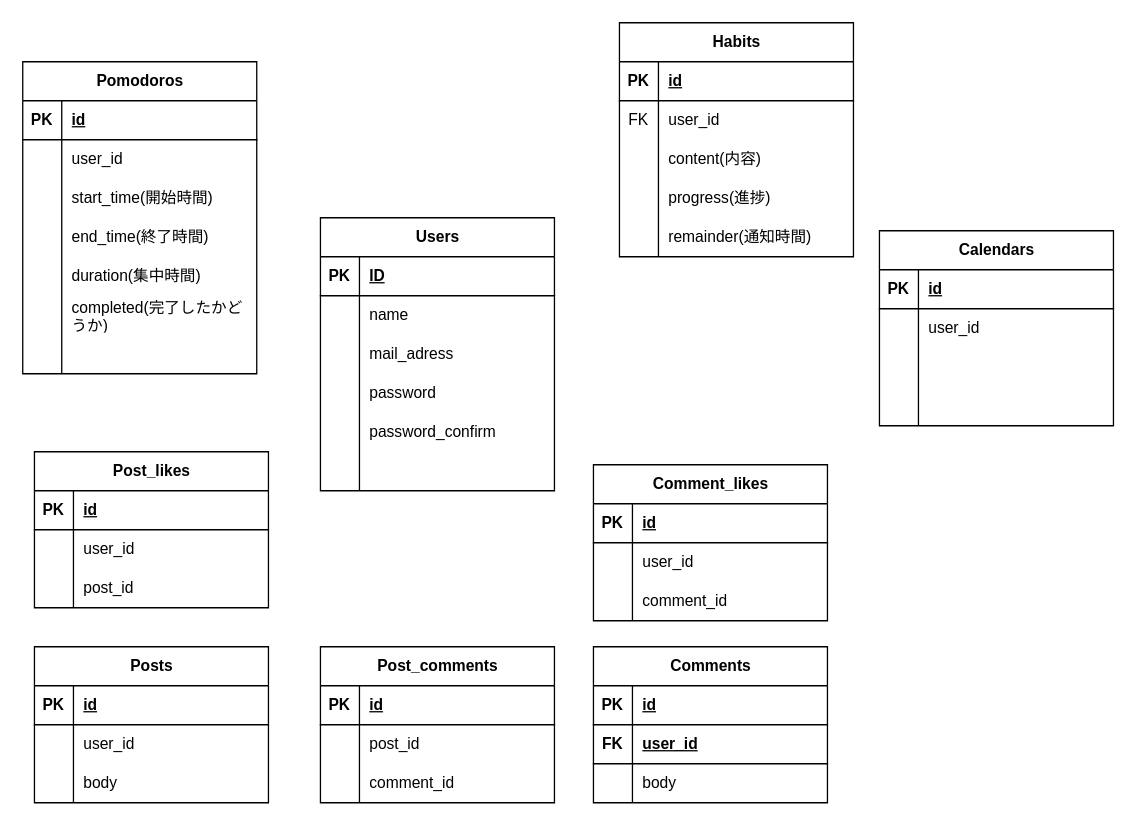
Before: syukan_maiter.drawio in 2bs2bs/syukan_meter, a draw.io diagram. Source tidied: cells renumbered, new cells numbered last; positions are measured from the earlier drawing's top-left corner, leaving out a move shared by most shapes. Both pictures are drawn from the tidied source at 130%, with x=0, y=0 at pixel (22, 22).
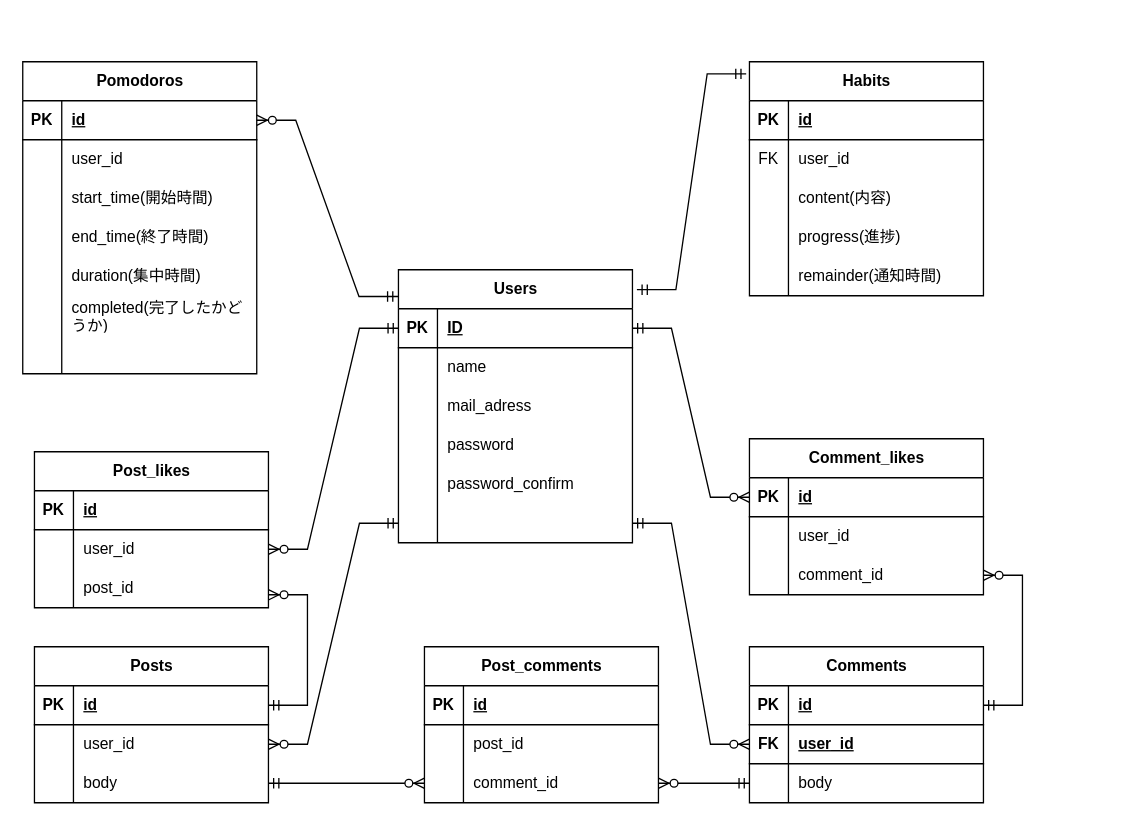
After the change.

Commit message:
syukan_maiter.drawio を更新します

The change refers to these unchanged cells:
```xml
<mxCell id="3" style="shape=tableRow;horizontal=0;startSize=0;swimlaneHead=0;swimlaneBody=0;fillColor=none;points=[[0,0.5],[1,0.5]];portConstraint=eastwest;top=0;left=0;right=0;bottom=1;" parent="2" vertex="1">
  <mxGeometry y="30" width="180" height="30" as="geometry" />
</mxCell>
<mxCell id="18" style="shape=tableRow;horizontal=0;startSize=0;swimlaneHead=0;swimlaneBody=0;fillColor=none;points=[[0,0.5],[1,0.5]];portConstraint=eastwest;top=0;left=0;right=0;bottom=0;" parent="2" vertex="1">
  <mxGeometry y="180" width="180" height="30" as="geometry" />
</mxCell>
<mxCell id="38" style="shape=tableRow;horizontal=0;startSize=0;swimlaneHead=0;swimlaneBody=0;fillColor=none;points=[[0,0.5],[1,0.5]];portConstraint=eastwest;top=0;left=0;right=0;bottom=1;" parent="37" vertex="1">
  <mxGeometry y="30" width="180" height="30" as="geometry" />
</mxCell>
<mxCell id="41" style="shape=tableRow;horizontal=0;startSize=0;swimlaneHead=0;swimlaneBody=0;fillColor=none;points=[[0,0.5],[1,0.5]];portConstraint=eastwest;top=0;left=0;right=0;bottom=1;" parent="37" vertex="1">
  <mxGeometry y="60" width="180" height="30" as="geometry" />
</mxCell>
<mxCell id="44" style="shape=tableRow;horizontal=0;startSize=0;swimlaneHead=0;swimlaneBody=0;fillColor=none;points=[[0,0.5],[1,0.5]];portConstraint=eastwest;top=0;left=0;right=0;bottom=0;" parent="37" vertex="1">
  <mxGeometry y="90" width="180" height="30" as="geometry" />
</mxCell>
<mxCell id="48" style="shape=tableRow;horizontal=0;startSize=0;swimlaneHead=0;swimlaneBody=0;fillColor=none;points=[[0,0.5],[1,0.5]];portConstraint=eastwest;top=0;left=0;right=0;bottom=1;" parent="47" vertex="1">
  <mxGeometry y="30" width="180" height="30" as="geometry" />
</mxCell>
<mxCell id="51" style="shape=tableRow;horizontal=0;startSize=0;swimlaneHead=0;swimlaneBody=0;fillColor=none;points=[[0,0.5],[1,0.5]];portConstraint=eastwest;top=0;left=0;right=0;bottom=0;" parent="47" vertex="1">
  <mxGeometry y="60" width="180" height="30" as="geometry" />
</mxCell>
<mxCell id="54" style="shape=tableRow;horizontal=0;startSize=0;swimlaneHead=0;swimlaneBody=0;fillColor=none;points=[[0,0.5],[1,0.5]];portConstraint=eastwest;top=0;left=0;right=0;bottom=0;" parent="47" vertex="1">
  <mxGeometry y="90" width="180" height="30" as="geometry" />
</mxCell>
<mxCell id="77" style="shape=tableRow;horizontal=0;startSize=0;swimlaneHead=0;swimlaneBody=0;fillColor=none;points=[[0,0.5],[1,0.5]];portConstraint=eastwest;top=0;left=0;right=0;bottom=0;" parent="70" vertex="1">
  <mxGeometry y="90" width="180" height="30" as="geometry" />
</mxCell>
<mxCell id="84" style="shape=tableRow;horizontal=0;startSize=0;swimlaneHead=0;swimlaneBody=0;fillColor=none;points=[[0,0.5],[1,0.5]];portConstraint=eastwest;top=0;left=0;right=0;bottom=0;" parent="80" vertex="1">
  <mxGeometry y="60" width="180" height="30" as="geometry" />
</mxCell>
<mxCell id="87" style="shape=tableRow;horizontal=0;startSize=0;swimlaneHead=0;swimlaneBody=0;fillColor=none;points=[[0,0.5],[1,0.5]];portConstraint=eastwest;top=0;left=0;right=0;bottom=0;" parent="80" vertex="1">
  <mxGeometry y="90" width="180" height="30" as="geometry" />
</mxCell>
<mxCell id="91" style="shape=tableRow;horizontal=0;startSize=0;swimlaneHead=0;swimlaneBody=0;fillColor=none;points=[[0,0.5],[1,0.5]];portConstraint=eastwest;top=0;left=0;right=0;bottom=1;" parent="90" vertex="1">
  <mxGeometry y="30" width="180" height="30" as="geometry" />
</mxCell>
<mxCell id="113" style="shape=tableRow;horizontal=0;startSize=0;swimlaneHead=0;swimlaneBody=0;fillColor=none;points=[[0,0.5],[1,0.5]];portConstraint=eastwest;top=0;left=0;right=0;bottom=1;" parent="112" vertex="1">
  <mxGeometry y="30" width="180" height="30" as="geometry" />
</mxCell>
<mxCell id="119" style="shape=tableRow;horizontal=0;startSize=0;swimlaneHead=0;swimlaneBody=0;fillColor=none;points=[[0,0.5],[1,0.5]];portConstraint=eastwest;top=0;left=0;right=0;bottom=0;" parent="112" vertex="1">
  <mxGeometry y="90" width="180" height="30" as="geometry" />
</mxCell>
```

Diff of the diagram source:
```diff
@@
     <mxCell id="2" value="Users" style="shape=table;startSize=30;childLayout=tableLayout;rowLines=0;fontStyle=1;align=center;html=1;" parent="1" vertex="1">
-      <mxGeometry x="229" y="150" width="180" height="210" as="geometry" />
+      <mxGeometry x="289" y="190" width="180" height="210" as="geometry" />
     </mxCell>
@@
     <mxCell id="21" value="Habits" style="shape=table;startSize=30;childLayout=tableLayout;rowLines=0;fontStyle=1;align=center;html=1;" parent="1" vertex="1">
-      <mxGeometry x="459" width="180" height="180" as="geometry" />
+      <mxGeometry x="559" y="30" width="180" height="180" as="geometry" />
     </mxCell>
@@
     <mxCell id="37" value="Comments" style="shape=table;startSize=30;childLayout=tableLayout;rowLines=0;fontStyle=1;align=center;html=1;" parent="1" vertex="1">
-      <mxGeometry x="439" y="480" width="180" height="120" as="geometry" />
+      <mxGeometry x="559" y="480" width="180" height="120" as="geometry" />
     </mxCell>
@@
-    <mxCell id="57" value="Calendars" style="shape=table;startSize=30;childLayout=tableLayout;rowLines=0;fontStyle=1;align=center;html=1;" parent="1" vertex="1">
-      <mxGeometry x="659" y="160" width="180" height="150" as="geometry" />
-    </mxCell>
-    <mxCell id="58" style="shape=tableRow;horizontal=0;startSize=0;swimlaneHead=0;swimlaneBody=0;fillColor=none;top=0;left=0;right=0;bottom=1;" parent="57" vertex="1">
-      <mxGeometry y="30" width="180" height="30" as="geometry" />
-    </mxCell>
-    <mxCell id="59" value="PK" style="shape=partialRectangle;fillColor=none;top=0;left=0;bottom=0;right=0;fontStyle=1;overflow=hidden;whiteSpace=wrap;html=1;" parent="58" vertex="1">
-      <mxGeometry width="30" height="30" as="geometry" />
-    </mxCell>
-    <mxCell id="60" value="id" style="shape=partialRectangle;fillColor=none;top=0;left=0;bottom=0;right=0;align=left;spacingLeft=6;fontStyle=5;overflow=hidden;whiteSpace=wrap;html=1;" parent="58" vertex="1">
-      <mxGeometry x="30" width="150" height="30" as="geometry" />
-    </mxCell>
-    <mxCell id="61" style="shape=tableRow;horizontal=0;startSize=0;swimlaneHead=0;swimlaneBody=0;fillColor=none;top=0;left=0;right=0;bottom=0;" parent="57" vertex="1">
-      <mxGeometry y="60" width="180" height="30" as="geometry" />
-    </mxCell>
-    <mxCell id="62" style="shape=partialRectangle;fillColor=none;top=0;left=0;bottom=0;right=0;overflow=hidden;whiteSpace=wrap;html=1;" parent="61" vertex="1">
-      <mxGeometry width="30" height="30" as="geometry" />
-    </mxCell>
-    <mxCell id="63" value="user_id" style="shape=partialRectangle;fillColor=none;top=0;left=0;bottom=0;right=0;align=left;spacingLeft=6;overflow=hidden;whiteSpace=wrap;html=1;" parent="61" vertex="1">
-      <mxGeometry x="30" width="150" height="30" as="geometry" />
-    </mxCell>
-    <mxCell id="64" style="shape=tableRow;horizontal=0;startSize=0;swimlaneHead=0;swimlaneBody=0;fillColor=none;top=0;left=0;right=0;bottom=0;" parent="57" vertex="1">
-      <mxGeometry y="90" width="180" height="30" as="geometry" />
-    </mxCell>
-    <mxCell id="65" style="shape=partialRectangle;fillColor=none;top=0;left=0;bottom=0;right=0;overflow=hidden;whiteSpace=wrap;html=1;" parent="64" vertex="1">
-      <mxGeometry width="30" height="30" as="geometry" />
-    </mxCell>
-    <mxCell id="66" style="shape=partialRectangle;fillColor=none;top=0;left=0;bottom=0;right=0;align=left;spacingLeft=6;overflow=hidden;whiteSpace=wrap;html=1;" parent="64" vertex="1">
-      <mxGeometry x="30" width="150" height="30" as="geometry" />
-    </mxCell>
-    <mxCell id="67" style="shape=tableRow;horizontal=0;startSize=0;swimlaneHead=0;swimlaneBody=0;fillColor=none;top=0;left=0;right=0;bottom=0;" parent="57" vertex="1">
-      <mxGeometry y="120" width="180" height="30" as="geometry" />
-    </mxCell>
-    <mxCell id="68" style="shape=partialRectangle;fillColor=none;top=0;left=0;bottom=0;right=0;overflow=hidden;whiteSpace=wrap;html=1;" parent="67" vertex="1">
-      <mxGeometry width="30" height="30" as="geometry" />
-    </mxCell>
-    <mxCell id="69" style="shape=partialRectangle;fillColor=none;top=0;left=0;bottom=0;right=0;align=left;spacingLeft=6;overflow=hidden;whiteSpace=wrap;html=1;" parent="67" vertex="1">
-      <mxGeometry x="30" width="150" height="30" as="geometry" />
-    </mxCell>
     <mxCell id="70" value="Post_comments" style="shape=table;startSize=30;childLayout=tableLayout;rowLines=0;fontStyle=1;align=center;html=1;" parent="1" vertex="1">
-      <mxGeometry x="229" y="480" width="180" height="120" as="geometry" />
+      <mxGeometry x="309" y="480" width="180" height="120" as="geometry" />
     </mxCell>
@@
     <mxCell id="112" value="Comment_likes" style="shape=table;startSize=30;childLayout=tableLayout;rowLines=0;fontStyle=1;align=center;html=1;" parent="1" vertex="1">
-      <mxGeometry x="439" y="340" width="180" height="120" as="geometry" />
+      <mxGeometry x="559" y="320" width="180" height="120" as="geometry" />
     </mxCell>
@@
+    <mxCell id="122" style="edgeStyle=entityRelationEdgeStyle;fontSize=12;html=1;endArrow=ERzeroToMany;startArrow=ERmandOne;rounded=0;entryX=1;entryY=0.5;entryDx=0;entryDy=0;exitX=0;exitY=0.5;exitDx=0;exitDy=0;" parent="1" edge="1" source="3" target="84">
+      <mxGeometry relative="1" as="geometry" />
+    </mxCell>
+    <mxCell id="123" style="edgeStyle=entityRelationEdgeStyle;fontSize=12;html=1;endArrow=ERzeroToMany;startArrow=ERmandOne;rounded=0;exitX=1;exitY=0.5;exitDx=0;exitDy=0;entryX=1;entryY=0.667;entryDx=0;entryDy=0;entryPerimeter=0;" parent="1" edge="1" source="48" target="87">
+      <mxGeometry relative="1" as="geometry">
+        <Array as="points">
+          <mxPoint x="189" y="440" />
+        </Array>
+      </mxGeometry>
+    </mxCell>
+    <mxCell id="124" style="edgeStyle=entityRelationEdgeStyle;fontSize=12;html=1;endArrow=ERzeroToMany;startArrow=ERmandOne;rounded=0;exitX=1;exitY=0.5;exitDx=0;exitDy=0;entryX=0;entryY=0.5;entryDx=0;entryDy=0;" parent="1" edge="1" source="54" target="77">
+      <mxGeometry relative="1" as="geometry" />
+    </mxCell>
+    <mxCell id="125" style="edgeStyle=entityRelationEdgeStyle;fontSize=12;html=1;endArrow=ERzeroToMany;startArrow=ERmandOne;rounded=0;exitX=0;exitY=0.5;exitDx=0;exitDy=0;entryX=1;entryY=0.5;entryDx=0;entryDy=0;" parent="1" edge="1" source="44" target="77">
+      <mxGeometry relative="1" as="geometry" />
+    </mxCell>
+    <mxCell id="126" style="edgeStyle=entityRelationEdgeStyle;fontSize=12;html=1;endArrow=ERzeroToMany;startArrow=ERmandOne;rounded=0;exitX=1;exitY=0.5;exitDx=0;exitDy=0;entryX=0;entryY=0.5;entryDx=0;entryDy=0;" parent="1" edge="1" source="18" target="41">
+      <mxGeometry relative="1" as="geometry">
+        <Array as="points">
+          <mxPoint x="579" y="530" />
+        </Array>
+      </mxGeometry>
+    </mxCell>
+    <mxCell id="127" style="edgeStyle=entityRelationEdgeStyle;fontSize=12;html=1;endArrow=ERzeroToMany;startArrow=ERmandOne;rounded=0;exitX=0;exitY=0.5;exitDx=0;exitDy=0;entryX=1;entryY=0.5;entryDx=0;entryDy=0;" parent="1" edge="1" source="18" target="51">
+      <mxGeometry relative="1" as="geometry" />
+    </mxCell>
+    <mxCell id="128" style="edgeStyle=entityRelationEdgeStyle;fontSize=12;html=1;endArrow=ERzeroToMany;startArrow=ERmandOne;rounded=0;exitX=1;exitY=0.5;exitDx=0;exitDy=0;entryX=1;entryY=0.5;entryDx=0;entryDy=0;" parent="1" edge="1" source="38" target="119">
+      <mxGeometry relative="1" as="geometry">
+        <Array as="points">
+          <mxPoint x="559" y="470" />
+          <mxPoint x="539" y="470" />
+          <mxPoint x="559" y="470" />
+        </Array>
+      </mxGeometry>
+    </mxCell>
+    <mxCell id="129" style="edgeStyle=entityRelationEdgeStyle;fontSize=12;html=1;endArrow=ERzeroToMany;startArrow=ERmandOne;rounded=0;exitX=1;exitY=0.5;exitDx=0;exitDy=0;entryX=0;entryY=0.5;entryDx=0;entryDy=0;" parent="1" edge="1" source="3" target="113">
+      <mxGeometry relative="1" as="geometry" />
+    </mxCell>
+    <mxCell id="130" style="edgeStyle=entityRelationEdgeStyle;fontSize=12;html=1;endArrow=ERmandOne;startArrow=ERmandOne;rounded=0;entryX=-0.014;entryY=0.052;entryDx=0;entryDy=0;entryPerimeter=0;exitX=1.019;exitY=0.073;exitDx=0;exitDy=0;exitPerimeter=0;" parent="1" edge="1" source="2" target="21">
+      <mxGeometry relative="1" as="geometry" />
+    </mxCell>
+    <mxCell id="131" style="edgeStyle=entityRelationEdgeStyle;fontSize=12;html=1;endArrow=ERzeroToMany;startArrow=ERmandOne;rounded=0;exitX=-0.002;exitY=0.098;exitDx=0;exitDy=0;exitPerimeter=0;entryX=1;entryY=0.5;entryDx=0;entryDy=0;" parent="1" edge="1" source="2" target="91">
+      <mxGeometry relative="1" as="geometry" />
+    </mxCell>
```
